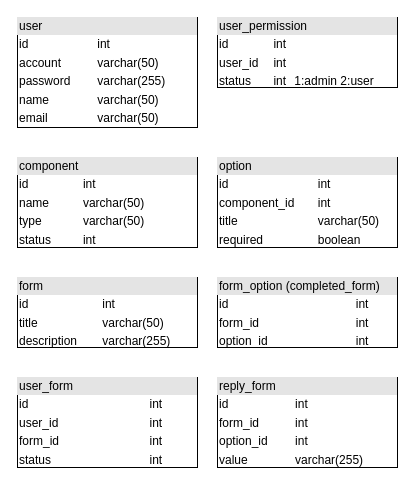
This is DatabaseArchitecture.drawio from qaz5823091/FormSystem, a draw.io file, before an edit. Source tidied: cells renumbered, new cells numbered last; positions are measured from the earlier drawing's top-left corner, leaving out a move shared by most shapes. Both pictures are drawn from the tidied source at 100%, with x=0, y=0 at pixel (17, 17).
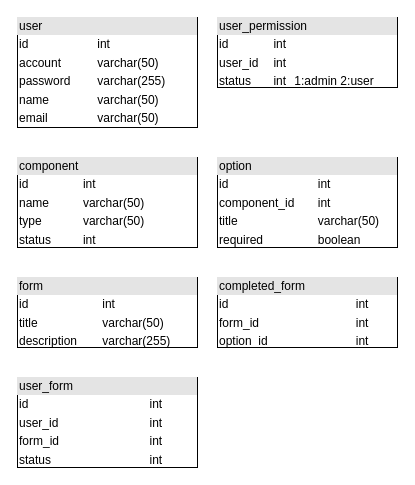
After the change.

The edit, as a diff of the source:
```diff
@@
 <mxGraphModel>
   <root>
     <mxCell id="0" />
     <mxCell id="1" parent="0" />
     <mxCell id="2" value="&lt;div style=&quot;box-sizing:border-box;width:100%;background:#e4e4e4;padding:2px;&quot;&gt;user&lt;/div&gt;&lt;table style=&quot;width:100%;font-size:1em;&quot; cellpadding=&quot;2&quot; cellspacing=&quot;0&quot;&gt;&lt;tbody&gt;&lt;tr&gt;&lt;td&gt;id&lt;/td&gt;&lt;td&gt;int&lt;/td&gt;&lt;/tr&gt;&lt;tr&gt;&lt;td&gt;account&lt;/td&gt;&lt;td&gt;varchar(50)&lt;/td&gt;&lt;/tr&gt;&lt;tr&gt;&lt;td&gt;password&lt;/td&gt;&lt;td&gt;varchar(255)&lt;/td&gt;&lt;/tr&gt;&lt;tr&gt;&lt;td&gt;name&lt;/td&gt;&lt;td&gt;varchar(50)&lt;/td&gt;&lt;/tr&gt;&lt;tr&gt;&lt;td&gt;email&lt;/td&gt;&lt;td&gt;varchar(50)&lt;/td&gt;&lt;/tr&gt;&lt;/tbody&gt;&lt;/table&gt;" style="verticalAlign=top;align=left;overflow=fill;html=1;" parent="1" vertex="1">
       <mxGeometry width="180" height="110" as="geometry" />
     </mxCell>
     <mxCell id="3" value="&lt;div style=&quot;box-sizing:border-box;width:100%;background:#e4e4e4;padding:2px;&quot;&gt;user_permission&lt;/div&gt;&lt;table style=&quot;width:100%;font-size:1em;&quot; cellpadding=&quot;2&quot; cellspacing=&quot;0&quot;&gt;&lt;tbody&gt;&lt;tr&gt;&lt;td&gt;id&lt;/td&gt;&lt;td&gt;int&lt;/td&gt;&lt;td&gt;&lt;br&gt;&lt;/td&gt;&lt;/tr&gt;&lt;tr&gt;&lt;td&gt;user_id&lt;/td&gt;&lt;td&gt;int&lt;/td&gt;&lt;td&gt;&lt;br&gt;&lt;/td&gt;&lt;/tr&gt;&lt;tr&gt;&lt;td&gt;status&lt;br&gt;&lt;/td&gt;&lt;td&gt;int&lt;/td&gt;&lt;td&gt;1:admin 2:user&lt;/td&gt;&lt;/tr&gt;&lt;/tbody&gt;&lt;/table&gt;" style="verticalAlign=top;align=left;overflow=fill;html=1;" parent="1" vertex="1">
       <mxGeometry x="200" width="180" height="70" as="geometry" />
     </mxCell>
     <mxCell id="4" value="&lt;div style=&quot;box-sizing:border-box;width:100%;background:#e4e4e4;padding:2px;&quot;&gt;user_form&lt;/div&gt;&lt;table style=&quot;width:100%;font-size:1em;&quot; cellpadding=&quot;2&quot; cellspacing=&quot;0&quot;&gt;&lt;tbody&gt;&lt;tr&gt;&lt;td&gt;id&lt;/td&gt;&lt;td&gt;int&lt;/td&gt;&lt;/tr&gt;&lt;tr&gt;&lt;td&gt;user_id&lt;/td&gt;&lt;td&gt;int&lt;/td&gt;&lt;/tr&gt;&lt;tr&gt;&lt;td&gt;form_id&lt;/td&gt;&lt;td&gt;int&lt;/td&gt;&lt;/tr&gt;&lt;tr&gt;&lt;td&gt;status&lt;/td&gt;&lt;td&gt;int&lt;/td&gt;&lt;/tr&gt;&lt;/tbody&gt;&lt;/table&gt;" style="verticalAlign=top;align=left;overflow=fill;html=1;" parent="1" vertex="1">
       <mxGeometry y="360" width="180" height="90" as="geometry" />
     </mxCell>
     <mxCell id="5" value="&lt;div style=&quot;box-sizing:border-box;width:100%;background:#e4e4e4;padding:2px;&quot;&gt;option&lt;/div&gt;&lt;table style=&quot;width:100%;font-size:1em;&quot; cellpadding=&quot;2&quot; cellspacing=&quot;0&quot;&gt;&lt;tbody&gt;&lt;tr&gt;&lt;td&gt;id&lt;/td&gt;&lt;td&gt;int&lt;/td&gt;&lt;/tr&gt;&lt;tr&gt;&lt;td&gt;component_id&lt;/td&gt;&lt;td&gt;int&lt;/td&gt;&lt;/tr&gt;&lt;tr&gt;&lt;td&gt;title&lt;/td&gt;&lt;td&gt;varchar(50)&lt;/td&gt;&lt;/tr&gt;&lt;tr&gt;&lt;td&gt;required&lt;/td&gt;&lt;td&gt;boolean&lt;/td&gt;&lt;/tr&gt;&lt;/tbody&gt;&lt;/table&gt;" style="verticalAlign=top;align=left;overflow=fill;html=1;" parent="1" vertex="1">
       <mxGeometry x="200" y="140" width="180" height="90" as="geometry" />
     </mxCell>
     <mxCell id="6" value="&lt;div style=&quot;box-sizing:border-box;width:100%;background:#e4e4e4;padding:2px;&quot;&gt;form&lt;/div&gt;&lt;table style=&quot;width:100%;font-size:1em;&quot; cellpadding=&quot;2&quot; cellspacing=&quot;0&quot;&gt;&lt;tbody&gt;&lt;tr&gt;&lt;td&gt;id&lt;/td&gt;&lt;td&gt;int&lt;/td&gt;&lt;/tr&gt;&lt;tr&gt;&lt;td&gt;title&lt;/td&gt;&lt;td&gt;varchar(50)&lt;/td&gt;&lt;/tr&gt;&lt;tr&gt;&lt;td&gt;description&lt;/td&gt;&lt;td&gt;varchar(255)&lt;/td&gt;&lt;/tr&gt;&lt;/tbody&gt;&lt;/table&gt;" style="verticalAlign=top;align=left;overflow=fill;html=1;" parent="1" vertex="1">
       <mxGeometry y="260" width="180" height="70" as="geometry" />
     </mxCell>
     <mxCell id="7" value="&lt;div style=&quot;box-sizing:border-box;width:100%;background:#e4e4e4;padding:2px;&quot;&gt;component&lt;/div&gt;&lt;table style=&quot;width:100%;font-size:1em;&quot; cellpadding=&quot;2&quot; cellspacing=&quot;0&quot;&gt;&lt;tbody&gt;&lt;tr&gt;&lt;td&gt;id&lt;/td&gt;&lt;td&gt;int&lt;/td&gt;&lt;/tr&gt;&lt;tr&gt;&lt;td&gt;name&lt;/td&gt;&lt;td&gt;varchar(50)&lt;/td&gt;&lt;/tr&gt;&lt;tr&gt;&lt;td&gt;type&lt;/td&gt;&lt;td&gt;varchar(50)&lt;/td&gt;&lt;/tr&gt;&lt;tr&gt;&lt;td&gt;status&lt;/td&gt;&lt;td&gt;int&lt;/td&gt;&lt;/tr&gt;&lt;/tbody&gt;&lt;/table&gt;" style="verticalAlign=top;align=left;overflow=fill;html=1;" parent="1" vertex="1">
       <mxGeometry y="140" width="180" height="90" as="geometry" />
     </mxCell>
-    <mxCell id="8" value="&lt;div style=&quot;box-sizing:border-box;width:100%;background:#e4e4e4;padding:2px;&quot;&gt;form_option (completed_form)&lt;/div&gt;&lt;table style=&quot;width:100%;font-size:1em;&quot; cellpadding=&quot;2&quot; cellspacing=&quot;0&quot;&gt;&lt;tbody&gt;&lt;tr&gt;&lt;td&gt;id&lt;/td&gt;&lt;td&gt;int&lt;/td&gt;&lt;/tr&gt;&lt;tr&gt;&lt;td&gt;form_id&lt;/td&gt;&lt;td&gt;int&lt;/td&gt;&lt;/tr&gt;&lt;tr&gt;&lt;td&gt;option_id&lt;/td&gt;&lt;td&gt;int&lt;/td&gt;&lt;/tr&gt;&lt;/tbody&gt;&lt;/table&gt;" style="verticalAlign=top;align=left;overflow=fill;html=1;" parent="1" vertex="1">
-      <mxGeometry x="200" y="260" width="180" height="70" as="geometry" />
-    </mxCell>
-    <mxCell id="9" value="&lt;div style=&quot;box-sizing:border-box;width:100%;background:#e4e4e4;padding:2px;&quot;&gt;reply_form&lt;/div&gt;&lt;table style=&quot;width:100%;font-size:1em;&quot; cellpadding=&quot;2&quot; cellspacing=&quot;0&quot;&gt;&lt;tbody&gt;&lt;tr&gt;&lt;td&gt;id&lt;/td&gt;&lt;td&gt;int&lt;/td&gt;&lt;/tr&gt;&lt;tr&gt;&lt;td&gt;form_id&lt;/td&gt;&lt;td&gt;int&lt;/td&gt;&lt;/tr&gt;&lt;tr&gt;&lt;td&gt;option_id&lt;/td&gt;&lt;td&gt;int&lt;/td&gt;&lt;/tr&gt;&lt;tr&gt;&lt;td&gt;value&lt;br&gt;&lt;/td&gt;&lt;td&gt;varchar(255)&lt;/td&gt;&lt;/tr&gt;&lt;/tbody&gt;&lt;/table&gt;" style="verticalAlign=top;align=left;overflow=fill;html=1;" parent="1" vertex="1">
-      <mxGeometry x="200" y="360" width="180" height="90" as="geometry" />
-    </mxCell>
+    <mxCell id="10" value="&lt;div style=&quot;box-sizing:border-box;width:100%;background:#e4e4e4;padding:2px;&quot;&gt;completed_form&lt;/div&gt;&lt;table style=&quot;width:100%;font-size:1em;&quot; cellspacing=&quot;0&quot; cellpadding=&quot;2&quot;&gt;&lt;tbody&gt;&lt;tr&gt;&lt;td&gt;id&lt;/td&gt;&lt;td&gt;int&lt;/td&gt;&lt;/tr&gt;&lt;tr&gt;&lt;td&gt;form_id&lt;br&gt;&lt;/td&gt;&lt;td&gt;int&lt;br&gt;&lt;/td&gt;&lt;/tr&gt;&lt;tr&gt;&lt;td&gt;option_id&lt;/td&gt;&lt;td&gt;int&lt;/td&gt;&lt;/tr&gt;&lt;/tbody&gt;&lt;/table&gt;" style="verticalAlign=top;align=left;overflow=fill;html=1;" parent="1" vertex="1">
+      <mxGeometry x="200" y="260" width="180" height="70" as="geometry" />
+    </mxCell>
   </root>
 </mxGraphModel>
```
